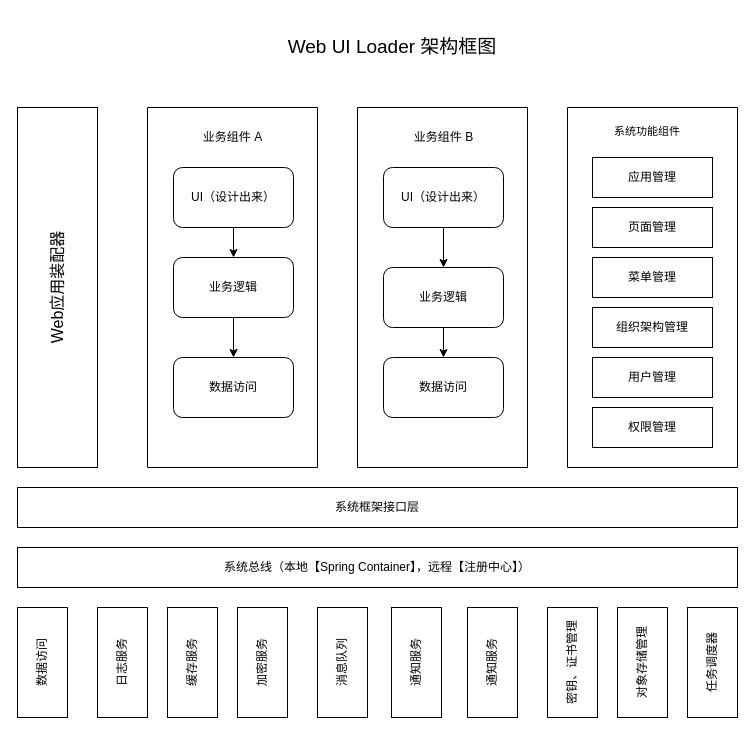
Above: project01/Untitled Diagram.drawio in wilson9898/firstgitproject (draw.io), before the change. Source tidied: cells renumbered, new cells numbered last; positions are measured from the earlier drawing's top-left corner, leaving out a move shared by most shapes. Both pictures are drawn from the tidied source at 100%, with x=0, y=0 at pixel (17, 17).
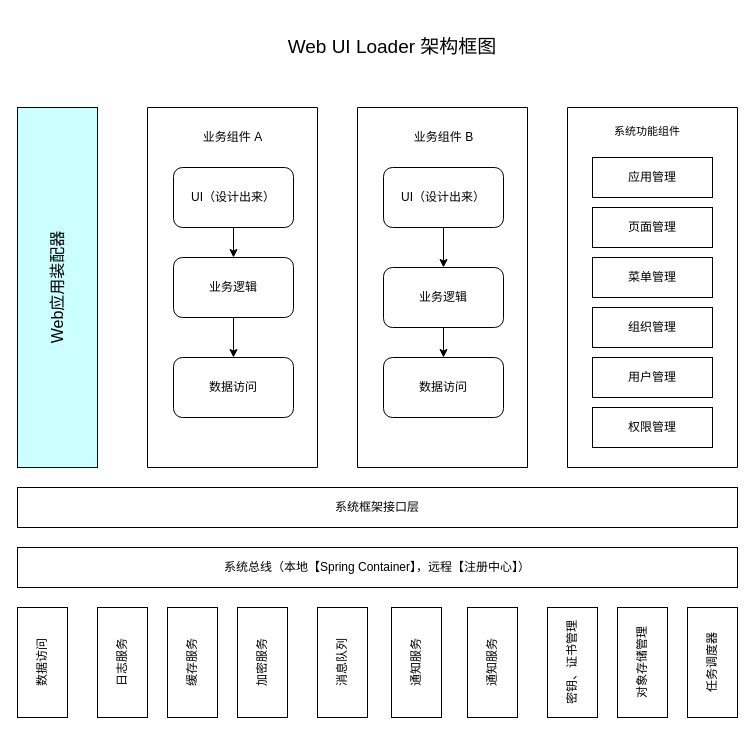
The same page after the edit.

Commit message:
组织架构设计

The edit, as a diff of the source:
```diff
@@
-    <mxCell id="2" value="&lt;div style=&quot;font-size: 16px;&quot;&gt;Web应用装配器&lt;/div&gt;" style="rounded=0;whiteSpace=wrap;html=1;horizontal=0;fontSize=16;" parent="1" vertex="1">
+    <mxCell id="2" value="&lt;div style=&quot;font-size: 16px;&quot;&gt;Web应用装配器&lt;/div&gt;" style="rounded=0;whiteSpace=wrap;html=1;horizontal=0;fontSize=16;labelBackgroundColor=none;fillColor=#CCFFFF;" parent="1" vertex="1">
       <mxGeometry y="90" width="80" height="360" as="geometry" />
     </mxCell>
@@
-    <mxCell id="19" style="swimlane;startSize=0;" parent="1" vertex="1">
+    <mxCell id="19" style="swimlane;startSize=0;labelBackgroundColor=#ffffff;fillColor=#99FFFF;" parent="1" vertex="1">
       <mxGeometry x="550" y="90" width="170" height="360" as="geometry" />
     </mxCell>
@@
-    <mxCell id="21" value="组织架构管理" style="rounded=0;whiteSpace=wrap;html=1;" parent="19" vertex="1">
+    <mxCell id="21" value="组织管理" style="rounded=0;whiteSpace=wrap;html=1;" parent="19" vertex="1">
       <mxGeometry x="25" y="200" width="120" height="40" as="geometry" />
     </mxCell>
```
